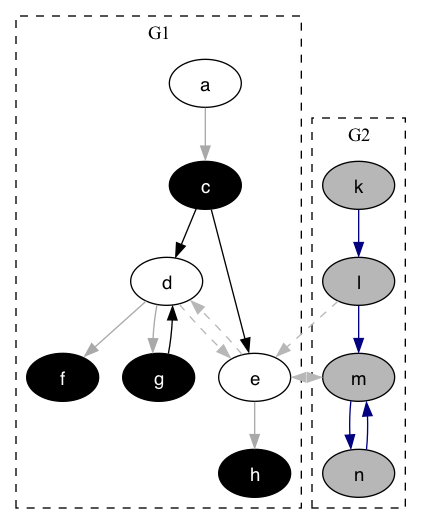
Above: lib/graphs/kernel_graph_colored.png in idaks/Games-and-Argumentation (Graphviz), before the change. Its source is kept beside it as lib/graphs/kernel_graph_colored.dot.
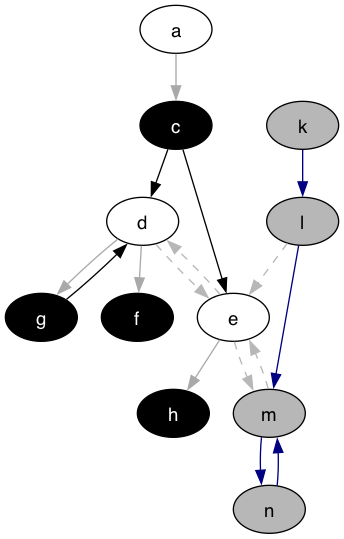
Later version of the same file.

The edit, as a diff of the source:
```diff
@@ -1,14 +1,8 @@
 digraph G {
   node [shape=oval style=filled fontname=Helvetica fontsize=14]
-  subgraph cluster_g1{
-  label = "G1"; color = black; style ="dashed";
-    node [fillcolor="#ffffff" fontcolor="#000000"] a d e;
-    node [fillcolor="#000000" fontcolor="#ffffff"] c f g h;
-  }
-  subgraph cluster_g2{
-  label = "G2"; color = black; style ="dashed";
-    node [fillcolor="#b7b7b7" fontcolor="#000000"] k l m n;
-  }
+  node [fillcolor="#ffffff" fontcolor="#000000"] a d e;
+  node [fillcolor="#000000" fontcolor="#ffffff"] c f g h;
+  node [fillcolor="#b7b7b7" fontcolor="#000000"] k l m n;
   edge [dir=forward, color="#A9A9A9", style="solid"]
         "a" -> "c";
         "d" -> "f";
```
